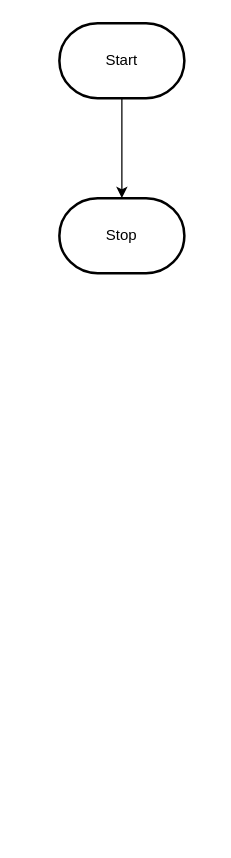
Before: design/flowchart.drawio in MTHS-ICS2O-2-2022/ICS2O-Unit-3-02-Ryan-Duffett, a draw.io diagram. Source tidied: cells renumbered, new cells numbered last; positions are measured from the earlier drawing's top-left corner, leaving out a move shared by most shapes. Both pictures are drawn from the tidied source at 125%, with x=0, y=0 at pixel (59, 22).
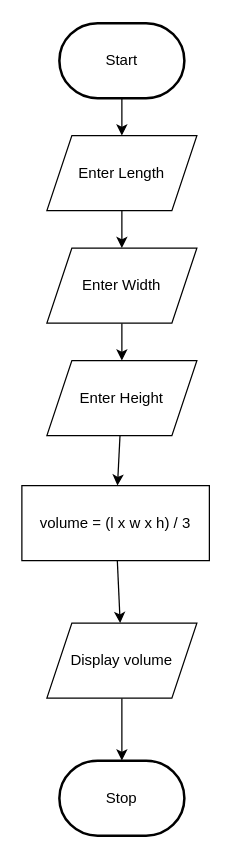
The same page after the edit.

Change to the diagram source:
```diff
@@
 <mxGraphModel>
   <root>
     <mxCell id="0" />
     <mxCell id="1" parent="0" />
-    <mxCell id="2" style="edgeStyle=orthogonalEdgeStyle;html=1;rounded=0;" parent="1" edge="1" source="3" target="4">
-      <mxGeometry relative="1" as="geometry" />
-    </mxCell>
+    <mxCell id="5" style="edgeStyle=none;html=1;" parent="1" edge="1" source="3" target="7">
+      <mxGeometry relative="1" as="geometry" />
+    </mxCell>
     <mxCell id="3" value="Start" style="strokeWidth=2;html=1;shape=mxgraph.flowchart.terminator;whiteSpace=wrap;" parent="1" vertex="1">
       <mxGeometry width="100" height="60" as="geometry" />
     </mxCell>
     <mxCell id="4" value="Stop" style="strokeWidth=2;html=1;shape=mxgraph.flowchart.terminator;whiteSpace=wrap;" parent="1" vertex="1">
-      <mxGeometry y="140" width="100" height="60" as="geometry" />
+      <mxGeometry y="590" width="100" height="60" as="geometry" />
     </mxCell>
+    <mxCell id="6" style="edgeStyle=none;html=1;" parent="1" edge="1" source="7" target="11">
+      <mxGeometry relative="1" as="geometry" />
+    </mxCell>
+    <mxCell id="7" value="Enter Length" style="shape=parallelogram;perimeter=parallelogramPerimeter;whiteSpace=wrap;html=1;fixedSize=1;" parent="1" vertex="1">
+      <mxGeometry x="-10" y="90" width="120" height="60" as="geometry" />
+    </mxCell>
+    <mxCell id="8" style="edgeStyle=none;html=1;" parent="1" edge="1" source="9" target="13">
+      <mxGeometry relative="1" as="geometry" />
+    </mxCell>
+    <mxCell id="9" value="Enter Height" style="shape=parallelogram;perimeter=parallelogramPerimeter;whiteSpace=wrap;html=1;fixedSize=1;" parent="1" vertex="1">
+      <mxGeometry x="-10" y="270" width="120" height="60" as="geometry" />
+    </mxCell>
+    <mxCell id="10" style="edgeStyle=none;html=1;" parent="1" edge="1" source="11" target="9">
+      <mxGeometry relative="1" as="geometry" />
+    </mxCell>
+    <mxCell id="11" value="Enter Width" style="shape=parallelogram;perimeter=parallelogramPerimeter;whiteSpace=wrap;html=1;fixedSize=1;" parent="1" vertex="1">
+      <mxGeometry x="-10" y="180" width="120" height="60" as="geometry" />
+    </mxCell>
+    <mxCell id="12" style="edgeStyle=none;html=1;" parent="1" edge="1" source="13" target="15">
+      <mxGeometry relative="1" as="geometry" />
+    </mxCell>
+    <mxCell id="13" value="volume = (l x w x h) / 3" style="whiteSpace=wrap;html=1;" parent="1" vertex="1">
+      <mxGeometry x="-30" y="370" width="150" height="60" as="geometry" />
+    </mxCell>
+    <mxCell id="14" style="edgeStyle=none;html=1;" parent="1" edge="1" source="15" target="4">
+      <mxGeometry relative="1" as="geometry" />
+    </mxCell>
+    <mxCell id="15" value="Display volume" style="shape=parallelogram;perimeter=parallelogramPerimeter;whiteSpace=wrap;html=1;fixedSize=1;" parent="1" vertex="1">
+      <mxGeometry x="-10" y="480" width="120" height="60" as="geometry" />
+    </mxCell>
   </root>
 </mxGraphModel>
```
